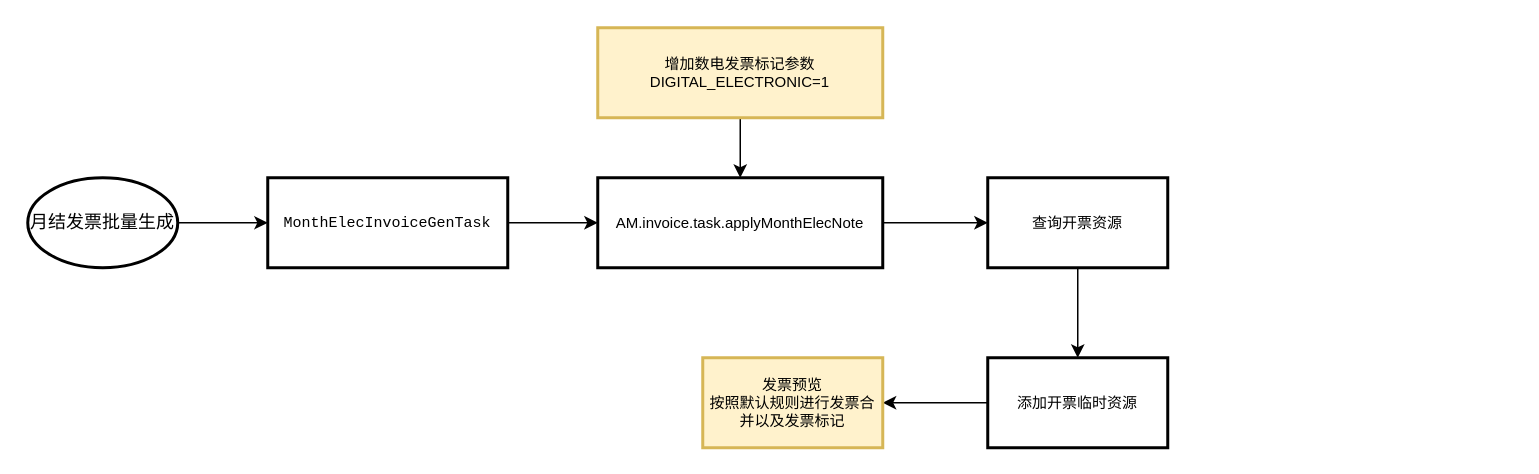
This is 数电发票.drawio from 315944211/doc, a draw.io file, before an edit. Source tidied: cells renumbered, new cells numbered last; positions are measured from the earlier drawing's top-left corner, leaving out a move shared by most shapes. Both pictures are drawn from the tidied source at 150%, with x=0, y=0 at pixel (27, 27).
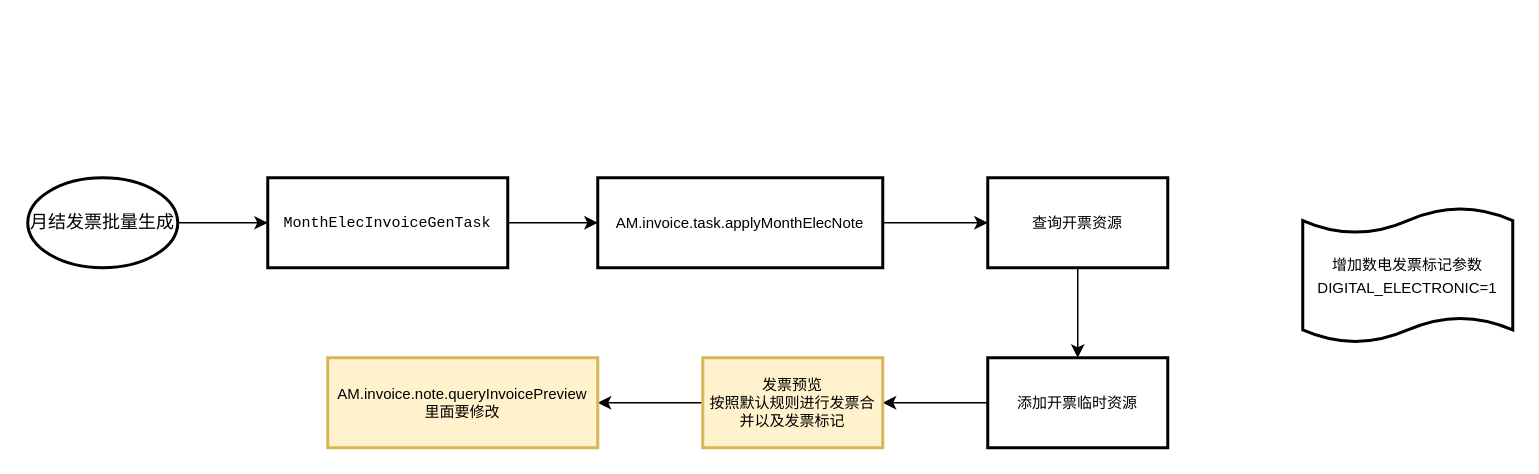
The same page after the edit.

Commit message (it also covers changes not shown here):
更新数电发票.drawio

What changed in the source:
```diff
@@
 <mxGraphModel>
   <root>
     <mxCell id="0" />
     <mxCell id="1" parent="0" />
     <mxCell id="2" style="edgeStyle=orthogonalEdgeStyle;rounded=0;jettySize=auto;html=1;" parent="1" edge="1" source="3" target="5">
       <mxGeometry relative="1" as="geometry" />
     </mxCell>
     <mxCell id="3" value="月结发票批量生成" style="strokeWidth=2;html=1;shape=mxgraph.flowchart.start_1;whiteSpace=wrap;" parent="1" vertex="1">
       <mxGeometry y="100" width="100" height="60" as="geometry" />
     </mxCell>
     <mxCell id="4" style="edgeStyle=orthogonalEdgeStyle;rounded=0;jettySize=auto;html=1;" parent="1" edge="1" source="5" target="7">
       <mxGeometry relative="1" as="geometry" />
     </mxCell>
     <mxCell id="5" value="&lt;div style=&quot;background-color: rgb(255, 255, 255); color: rgb(8, 8, 8); font-size: 10px;&quot;&gt;&lt;pre style=&quot;font-family: &amp;quot;JetBrains Mono&amp;quot;, monospace; font-size: 10px;&quot;&gt;&lt;span style=&quot;color: rgb(0, 0, 0); font-size: 10px;&quot;&gt;MonthElecInvoiceGenTask&lt;/span&gt;&lt;/pre&gt;&lt;/div&gt;" style="whiteSpace=wrap;html=1;strokeWidth=2;fontSize=10;" parent="1" vertex="1">
       <mxGeometry x="160" y="100" width="160" height="60" as="geometry" />
     </mxCell>
     <mxCell id="6" style="edgeStyle=orthogonalEdgeStyle;rounded=0;jettySize=auto;html=1;" parent="1" edge="1" source="7" target="11">
       <mxGeometry relative="1" as="geometry" />
     </mxCell>
     <mxCell id="7" value="AM.invoice.task.applyMonthElecNote" style="whiteSpace=wrap;html=1;fontSize=10;strokeWidth=2;" parent="1" vertex="1">
       <mxGeometry x="380" y="100" width="190" height="60" as="geometry" />
     </mxCell>
-    <mxCell id="8" style="edgeStyle=orthogonalEdgeStyle;rounded=0;jettySize=auto;html=1;" parent="1" edge="1" source="9" target="7">
-      <mxGeometry relative="1" as="geometry" />
-    </mxCell>
-    <mxCell id="9" value="增加数电发票标记参数&lt;br&gt;DIGITAL_ELECTRONIC=1" style="whiteSpace=wrap;html=1;fontSize=10;strokeWidth=2;fillColor=#fff2cc;strokeColor=#d6b656;" parent="1" vertex="1">
-      <mxGeometry x="380" width="190" height="60" as="geometry" />
-    </mxCell>
     <mxCell id="10" style="edgeStyle=orthogonalEdgeStyle;rounded=0;jettySize=auto;html=1;" parent="1" edge="1" source="11" target="13">
       <mxGeometry relative="1" as="geometry" />
     </mxCell>
     <mxCell id="11" value="查询开票资源" style="whiteSpace=wrap;html=1;fontSize=10;strokeWidth=2;" parent="1" vertex="1">
       <mxGeometry x="640" y="100" width="120" height="60" as="geometry" />
     </mxCell>
     <mxCell id="12" style="edgeStyle=orthogonalEdgeStyle;rounded=0;jettySize=auto;html=1;" parent="1" edge="1" source="13" target="14">
       <mxGeometry relative="1" as="geometry" />
     </mxCell>
     <mxCell id="13" value="添加开票临时资源" style="whiteSpace=wrap;html=1;fontSize=10;strokeWidth=2;" parent="1" vertex="1">
       <mxGeometry x="640" y="220" width="120" height="60" as="geometry" />
     </mxCell>
+    <mxCell id="15" style="edgeStyle=orthogonalEdgeStyle;rounded=0;jettySize=auto;html=1;" parent="1" edge="1" source="14" target="16">
+      <mxGeometry relative="1" as="geometry" />
+    </mxCell>
     <mxCell id="14" value="发票预览&lt;br&gt;按照默认规则进行发票合并以及发票标记" style="whiteSpace=wrap;html=1;fontSize=10;strokeWidth=2;fillColor=#fff2cc;strokeColor=#d6b656;" parent="1" vertex="1">
       <mxGeometry x="450" y="220" width="120" height="60" as="geometry" />
     </mxCell>
+    <mxCell id="16" value="AM.invoice.note.queryInvoicePreview&lt;br&gt;里面要修改" style="whiteSpace=wrap;html=1;fontSize=10;fillColor=#fff2cc;strokeColor=#d6b656;strokeWidth=2;" parent="1" vertex="1">
+      <mxGeometry x="200" y="220" width="180" height="60" as="geometry" />
+    </mxCell>
+    <mxCell id="9" value="&lt;span style=&quot;font-size: 10px;&quot;&gt;增加数电发票标记参数&lt;/span&gt;&lt;br style=&quot;font-size: 10px;&quot;&gt;&lt;span style=&quot;font-size: 10px;&quot;&gt;DIGITAL_ELECTRONIC=1&lt;/span&gt;" style="shape=tape;whiteSpace=wrap;html=1;strokeWidth=2;size=0.19;" parent="1" vertex="1">
+      <mxGeometry x="850" y="120" width="140" height="90" as="geometry" />
+    </mxCell>
   </root>
 </mxGraphModel>
```
